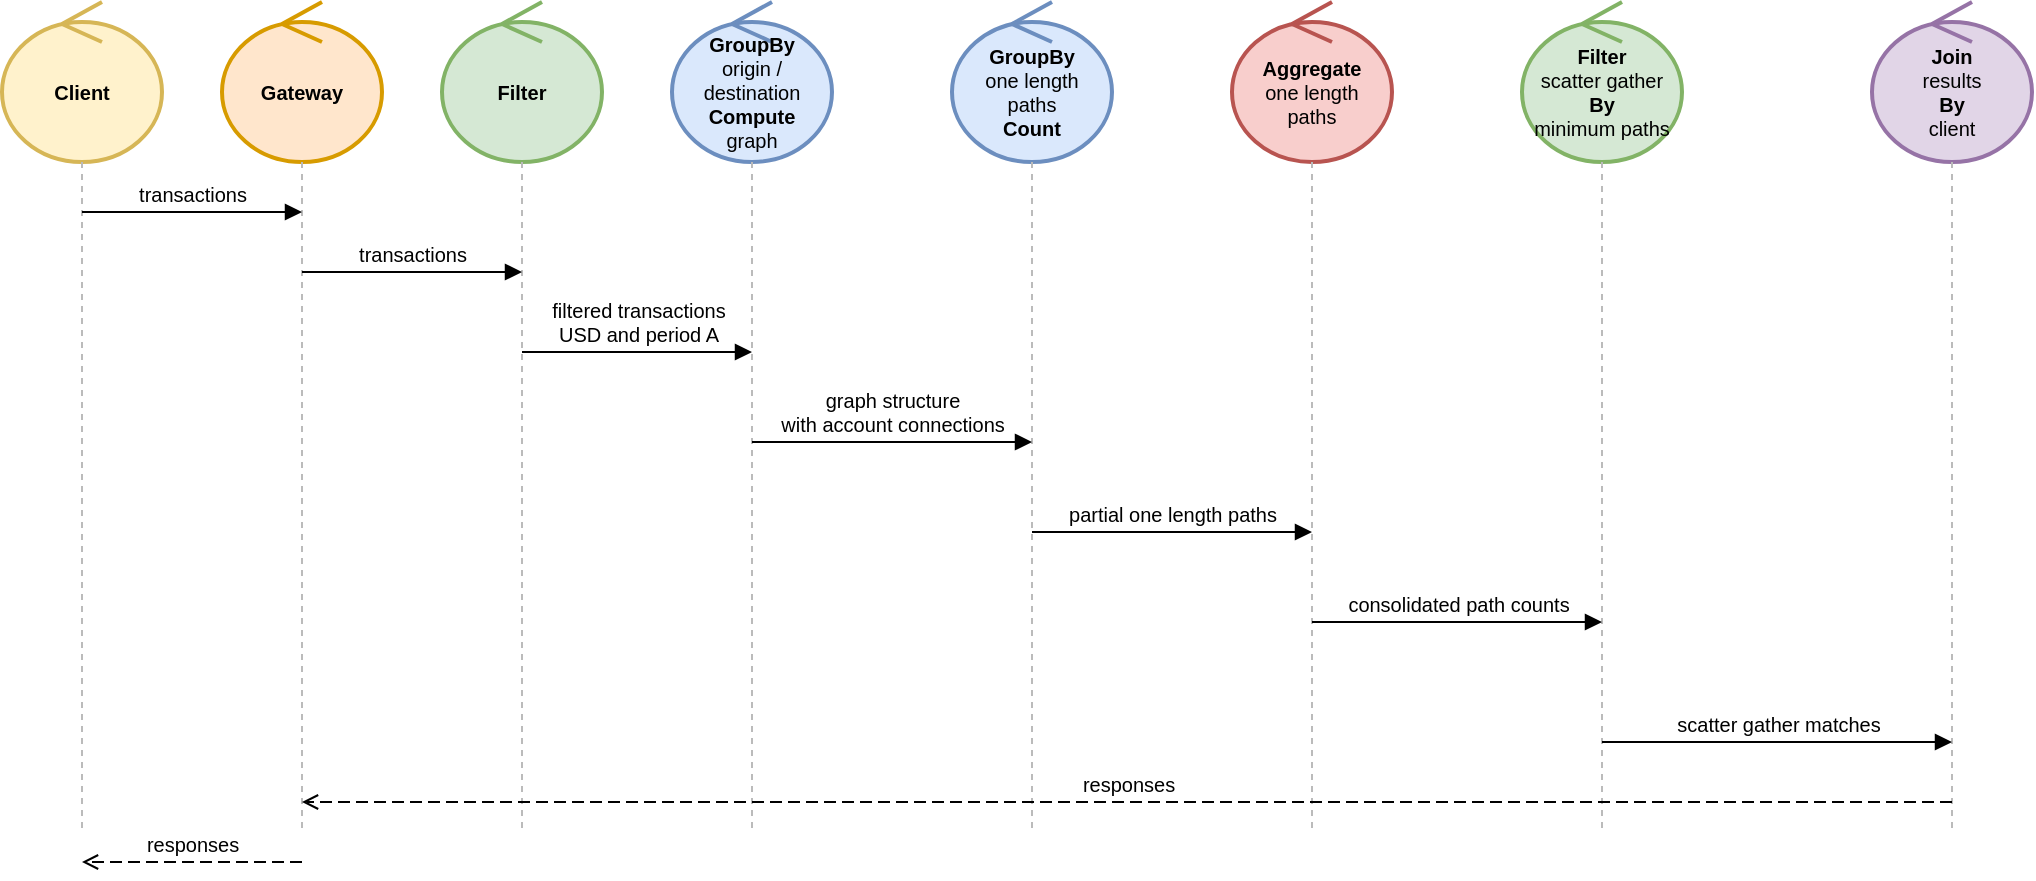
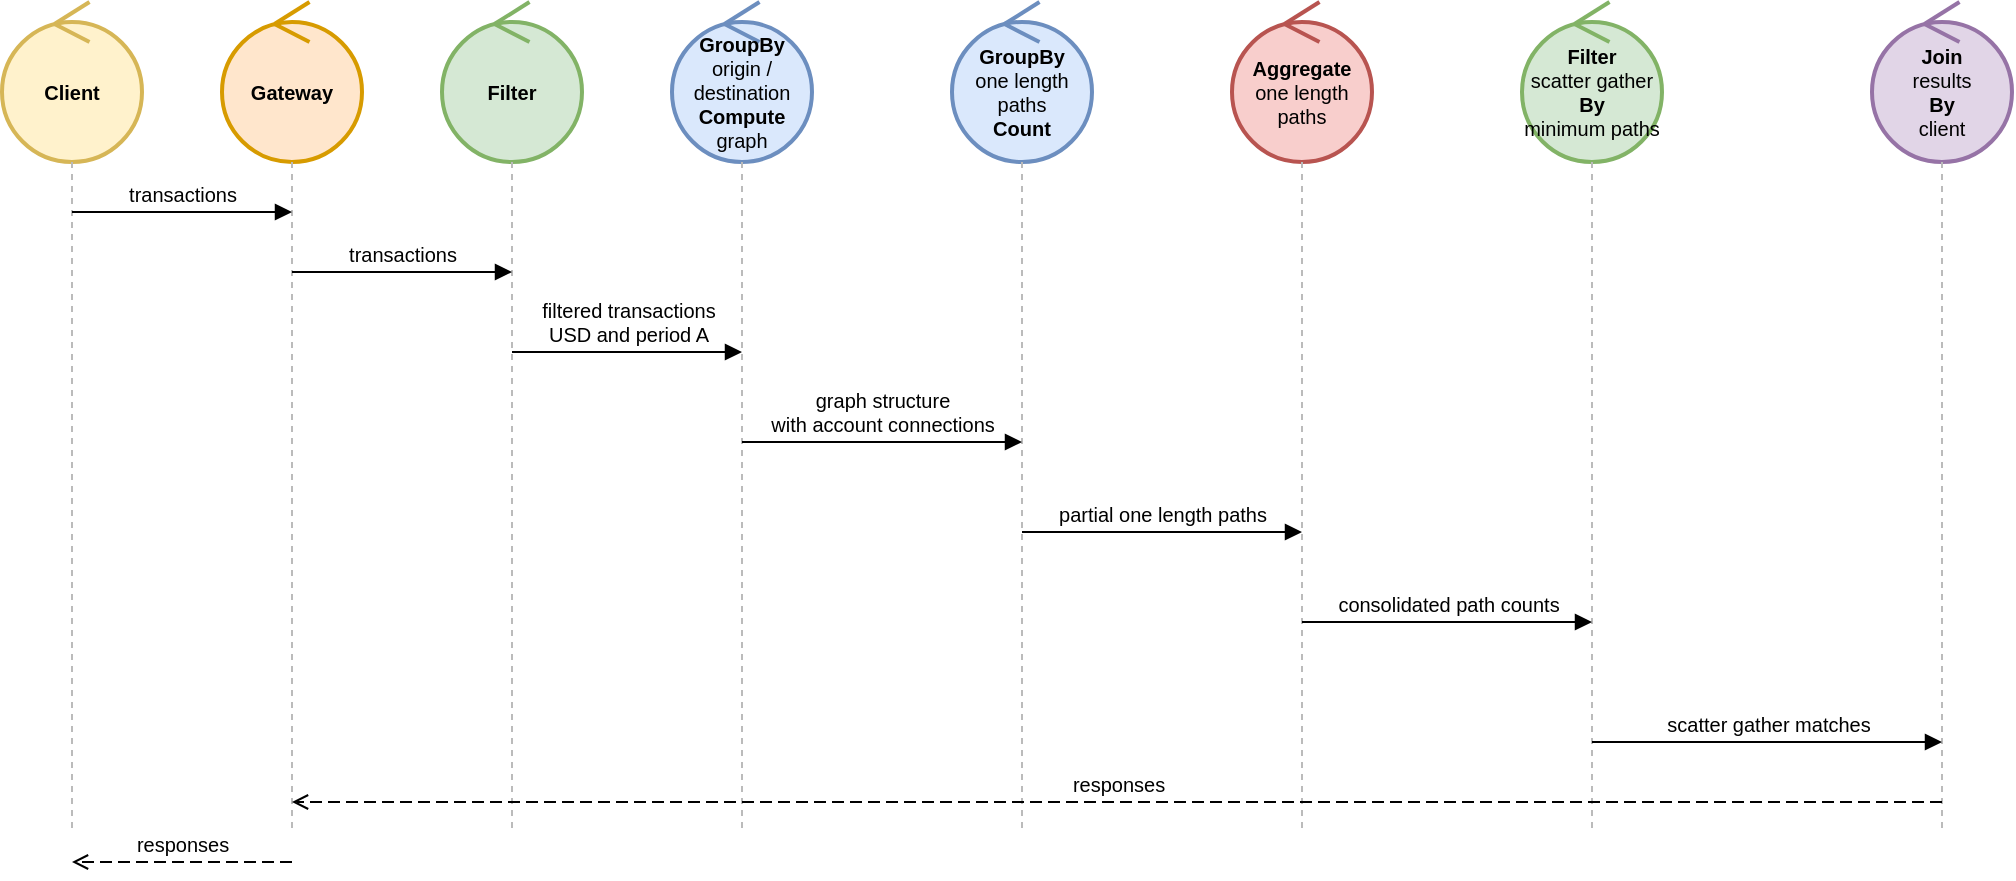
- <mxfile host="Electron">
+ <mxfile host="Electron" agent="Mozilla/5.0 (X11; Linux x86_64) AppleWebKit/537.36 (KHTML, like Gecko) draw.io/29.6.1 Chrome/142.0.7444.265 Electron/39.5.2 Safari/537.36" version="29.6.1">
  <diagram id="uc4-sequence" name="UC4">
-     <mxGraphModel dx="1651" dy="782" grid="1" gridSize="10" guides="1" tooltips="1" connect="1" arrows="1" fold="1" page="1" pageScale="1" pageWidth="1200" pageHeight="520" math="0" shadow="0">
+     <mxGraphModel dx="861" dy="587" grid="1" gridSize="10" guides="1" tooltips="1" connect="1" arrows="1" fold="1" page="1" pageScale="1" pageWidth="1200" pageHeight="520" math="0" shadow="0">
      <root>
        <mxCell id="0" />
        <mxCell id="1" parent="0" />
- 
        <mxCell id="p1" parent="1" style="ellipse;shape=umlControl;whiteSpace=wrap;html=1;strokeWidth=2;fillColor=#fff2cc;strokeColor=#d6b656;fontSize=10;" value="&lt;b&gt;Client&lt;/b&gt;" vertex="1">
-           <mxGeometry height="80" width="80" x="30" y="15" as="geometry" />
+           <mxGeometry height="80" width="70" x="35" y="15" as="geometry" />
        </mxCell>
- 
        <mxCell id="p2" parent="1" style="ellipse;shape=umlControl;whiteSpace=wrap;html=1;strokeWidth=2;fillColor=#ffe6cc;strokeColor=#d79b00;fontSize=10;" value="&lt;b&gt;Gateway&lt;/b&gt;" vertex="1">
-           <mxGeometry height="80" width="80" x="140" y="15" as="geometry" />
+           <mxGeometry height="80" width="70" x="145" y="15" as="geometry" />
        </mxCell>
- 
        <mxCell id="p3" parent="1" style="ellipse;shape=umlControl;whiteSpace=wrap;html=1;strokeWidth=2;fillColor=#d5e8d4;strokeColor=#82b366;fontSize=10;" value="&lt;b&gt;Filter&lt;/b&gt;" vertex="1">
-           <mxGeometry height="80" width="80" x="250" y="15" as="geometry" />
+           <mxGeometry height="80" width="70" x="255" y="15" as="geometry" />
        </mxCell>
- 
        <mxCell id="p4" parent="1" style="ellipse;shape=umlControl;whiteSpace=wrap;html=1;strokeWidth=2;fillColor=#dae8fc;strokeColor=#6c8ebf;fontSize=10;" value="&lt;b&gt;GroupBy&lt;/b&gt;&lt;div&gt;origin / destination&lt;/div&gt;&lt;div&gt;&lt;b&gt;Compute&lt;/b&gt;&lt;/div&gt;&lt;div&gt;graph&lt;/div&gt;" vertex="1">
-           <mxGeometry height="80" width="80" x="365" y="15" as="geometry" />
+           <mxGeometry height="80" width="70" x="370" y="15" as="geometry" />
        </mxCell>
- 
        <mxCell id="p5" parent="1" style="ellipse;shape=umlControl;whiteSpace=wrap;html=1;strokeWidth=2;fillColor=#dae8fc;strokeColor=#6c8ebf;fontSize=10;" value="&lt;b&gt;GroupBy&lt;/b&gt;&lt;div&gt;one length&lt;/div&gt;&lt;div&gt;paths&lt;/div&gt;&lt;div&gt;&lt;b&gt;Count&lt;/b&gt;&lt;/div&gt;" vertex="1">
-           <mxGeometry height="80" width="80" x="505" y="15" as="geometry" />
+           <mxGeometry height="80" width="70" x="510" y="15" as="geometry" />
        </mxCell>
- 
        <mxCell id="p6" parent="1" style="ellipse;shape=umlControl;whiteSpace=wrap;html=1;strokeWidth=2;fillColor=#f8cecc;strokeColor=#b85450;fontSize=10;" value="&lt;b&gt;Aggregate&lt;/b&gt;&lt;div&gt;one length&lt;/div&gt;&lt;div&gt;paths&lt;/div&gt;" vertex="1">
-           <mxGeometry height="80" width="80" x="645" y="15" as="geometry" />
+           <mxGeometry height="80" width="70" x="650" y="15" as="geometry" />
        </mxCell>
- 
        <mxCell id="p7" parent="1" style="ellipse;shape=umlControl;whiteSpace=wrap;html=1;strokeWidth=2;fillColor=#d5e8d4;strokeColor=#82b366;fontSize=10;" value="&lt;b&gt;Filter&lt;/b&gt;&lt;div&gt;scatter gather&lt;/div&gt;&lt;div&gt;&lt;b&gt;By&lt;/b&gt;&lt;/div&gt;&lt;div&gt;minimum paths&lt;/div&gt;" vertex="1">
-           <mxGeometry height="80" width="80" x="790" y="15" as="geometry" />
+           <mxGeometry height="80" width="70" x="795" y="15" as="geometry" />
        </mxCell>
- 
        <mxCell id="p8" parent="1" style="ellipse;shape=umlControl;whiteSpace=wrap;html=1;strokeWidth=2;fillColor=#e1d5e7;strokeColor=#9673a6;fontSize=10;" value="&lt;b&gt;Join&lt;/b&gt;&lt;div&gt;results&lt;/div&gt;&lt;div&gt;&lt;b&gt;By&lt;/b&gt;&lt;/div&gt;&lt;div&gt;client&lt;/div&gt;" vertex="1">
-           <mxGeometry height="80" width="80" x="965" y="15" as="geometry" />
+           <mxGeometry height="80" width="70" x="970" y="15" as="geometry" />
        </mxCell>
- 
        <mxCell id="l1" edge="1" parent="1" style="endArrow=none;html=1;dashed=1;strokeColor=#BBBBBB;strokeWidth=1;">
          <mxGeometry relative="1" as="geometry">
            <mxPoint x="70" y="95" as="sourcePoint" />
            <mxPoint x="70" y="430" as="targetPoint" />
          </mxGeometry>
        </mxCell>
- 
        <mxCell id="l2" edge="1" parent="1" style="endArrow=none;html=1;dashed=1;strokeColor=#BBBBBB;strokeWidth=1;">
          <mxGeometry relative="1" as="geometry">
            <mxPoint x="180" y="95" as="sourcePoint" />
            <mxPoint x="180" y="430" as="targetPoint" />
          </mxGeometry>
        </mxCell>
- 
        <mxCell id="l3" edge="1" parent="1" style="endArrow=none;html=1;dashed=1;strokeColor=#BBBBBB;strokeWidth=1;">
          <mxGeometry relative="1" as="geometry">
            <mxPoint x="290" y="95" as="sourcePoint" />
            <mxPoint x="290" y="430" as="targetPoint" />
          </mxGeometry>
        </mxCell>
- 
        <mxCell id="l4" edge="1" parent="1" style="endArrow=none;html=1;dashed=1;strokeColor=#BBBBBB;strokeWidth=1;">
          <mxGeometry relative="1" as="geometry">
            <mxPoint x="405" y="95" as="sourcePoint" />
            <mxPoint x="405" y="430" as="targetPoint" />
          </mxGeometry>
        </mxCell>
- 
        <mxCell id="l5" edge="1" parent="1" style="endArrow=none;html=1;dashed=1;strokeColor=#BBBBBB;strokeWidth=1;">
          <mxGeometry relative="1" as="geometry">
            <mxPoint x="545" y="95" as="sourcePoint" />
            <mxPoint x="545" y="430" as="targetPoint" />
          </mxGeometry>
        </mxCell>
- 
        <mxCell id="l6" edge="1" parent="1" style="endArrow=none;html=1;dashed=1;strokeColor=#BBBBBB;strokeWidth=1;">
          <mxGeometry relative="1" as="geometry">
            <mxPoint x="685" y="95" as="sourcePoint" />
            <mxPoint x="685" y="430" as="targetPoint" />
          </mxGeometry>
        </mxCell>
- 
        <mxCell id="l7" edge="1" parent="1" style="endArrow=none;html=1;dashed=1;strokeColor=#BBBBBB;strokeWidth=1;">
          <mxGeometry relative="1" as="geometry">
            <mxPoint x="830" y="95" as="sourcePoint" />
            <mxPoint x="830" y="430" as="targetPoint" />
          </mxGeometry>
        </mxCell>
- 
        <mxCell id="l8" edge="1" parent="1" style="endArrow=none;html=1;dashed=1;strokeColor=#BBBBBB;strokeWidth=1;">
          <mxGeometry relative="1" as="geometry">
            <mxPoint x="1005" y="95" as="sourcePoint" />
            <mxPoint x="1005" y="430" as="targetPoint" />
          </mxGeometry>
        </mxCell>
- 
        <mxCell id="m1" edge="1" parent="1" style="endArrow=block;endFill=1;html=1;fontSize=10;verticalAlign=bottom;fontFamily=Helvetica;" value="transactions">
          <mxGeometry relative="1" as="geometry">
            <mxPoint x="70" y="120" as="sourcePoint" />
            <mxPoint x="180" y="120" as="targetPoint" />
          </mxGeometry>
        </mxCell>
- 
        <mxCell id="m2" edge="1" parent="1" style="endArrow=block;endFill=1;html=1;fontSize=10;verticalAlign=bottom;fontFamily=Helvetica;" value="transactions">
          <mxGeometry relative="1" as="geometry">
            <mxPoint x="180" y="150" as="sourcePoint" />
            <mxPoint x="290" y="150" as="targetPoint" />
          </mxGeometry>
        </mxCell>
- 
        <mxCell id="m3" edge="1" parent="1" style="endArrow=block;endFill=1;html=1;fontSize=10;verticalAlign=bottom;fontFamily=Helvetica;" value="filtered transactions&lt;div&gt;USD and period A&lt;/div&gt;">
          <mxGeometry relative="1" as="geometry">
            <mxPoint x="290" y="190" as="sourcePoint" />
            <mxPoint x="405" y="190" as="targetPoint" />
          </mxGeometry>
        </mxCell>
- 
        <mxCell id="m4" edge="1" parent="1" style="endArrow=block;endFill=1;html=1;fontSize=10;verticalAlign=bottom;fontFamily=Helvetica;" value="graph structure&lt;div&gt;with account connections&lt;/div&gt;">
          <mxGeometry relative="1" as="geometry">
            <mxPoint x="405" y="235" as="sourcePoint" />
            <mxPoint x="545" y="235" as="targetPoint" />
          </mxGeometry>
        </mxCell>
- 
        <mxCell id="m5" edge="1" parent="1" style="endArrow=block;endFill=1;html=1;fontSize=10;verticalAlign=bottom;fontFamily=Helvetica;" value="partial one length paths">
          <mxGeometry relative="1" as="geometry">
            <mxPoint x="545" y="280" as="sourcePoint" />
            <mxPoint x="685" y="280" as="targetPoint" />
          </mxGeometry>
        </mxCell>
- 
        <mxCell id="m6" edge="1" parent="1" style="endArrow=block;endFill=1;html=1;fontSize=10;verticalAlign=bottom;fontFamily=Helvetica;" value="consolidated path counts">
          <mxGeometry relative="1" as="geometry">
            <mxPoint x="685" y="325" as="sourcePoint" />
            <mxPoint x="830" y="325" as="targetPoint" />
          </mxGeometry>
        </mxCell>
- 
        <mxCell id="m7" edge="1" parent="1" style="endArrow=block;endFill=1;html=1;fontSize=10;verticalAlign=bottom;fontFamily=Helvetica;" value="scatter gather matches">
          <mxGeometry relative="1" as="geometry">
            <mxPoint x="830" y="385" as="sourcePoint" />
            <mxPoint x="1005" y="385" as="targetPoint" />
          </mxGeometry>
        </mxCell>
- 
        <mxCell id="m8" edge="1" parent="1" style="endArrow=open;endFill=0;html=1;fontSize=10;verticalAlign=bottom;fontFamily=Helvetica;dashed=1;dashPattern=6 3;" value="responses">
          <mxGeometry relative="1" as="geometry">
            <mxPoint x="1005" y="415" as="sourcePoint" />
            <mxPoint x="180" y="415" as="targetPoint" />
          </mxGeometry>
        </mxCell>
- 
        <mxCell id="m9" edge="1" parent="1" style="endArrow=open;endFill=0;html=1;fontSize=10;verticalAlign=bottom;fontFamily=Helvetica;dashed=1;dashPattern=6 3;" value="responses">
          <mxGeometry relative="1" as="geometry">
            <mxPoint x="180" y="445" as="sourcePoint" />
            <mxPoint x="70" y="445" as="targetPoint" />
          </mxGeometry>
        </mxCell>
- 
      </root>
    </mxGraphModel>
  </diagram>
- </mxfile>+ </mxfile>
